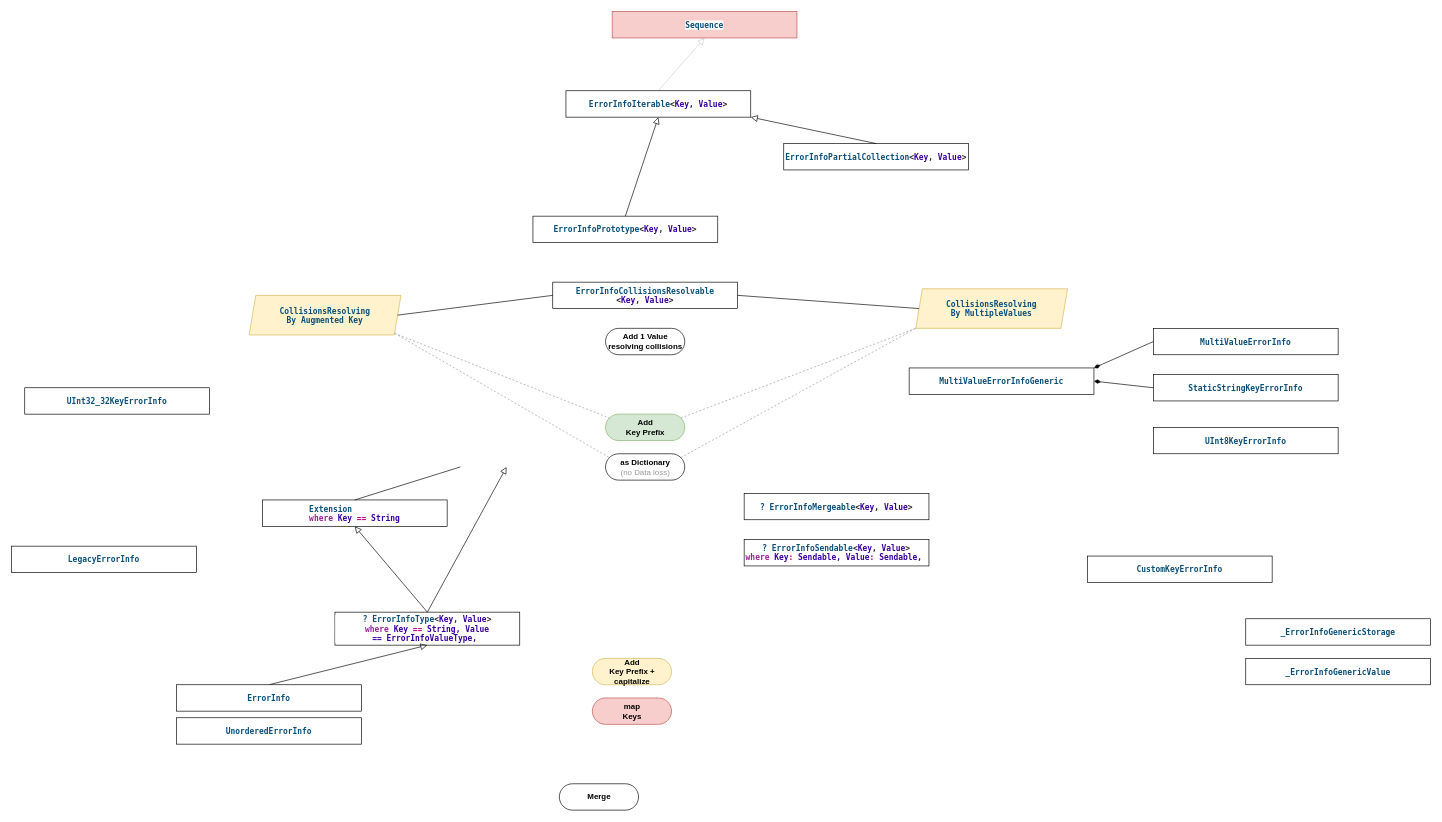
Earlier version of the draw.io diagram Sources/ErrorInfo/ErrorInfo.drawio (iDmitriyy/SwiftyKit). Source tidied: cells renumbered, new cells numbered last; positions are measured from the earlier drawing's top-left corner, leaving out a move shared by most shapes. Both pictures are drawn from the tidied source at 66%, with x=0, y=0 at pixel (11, 11).
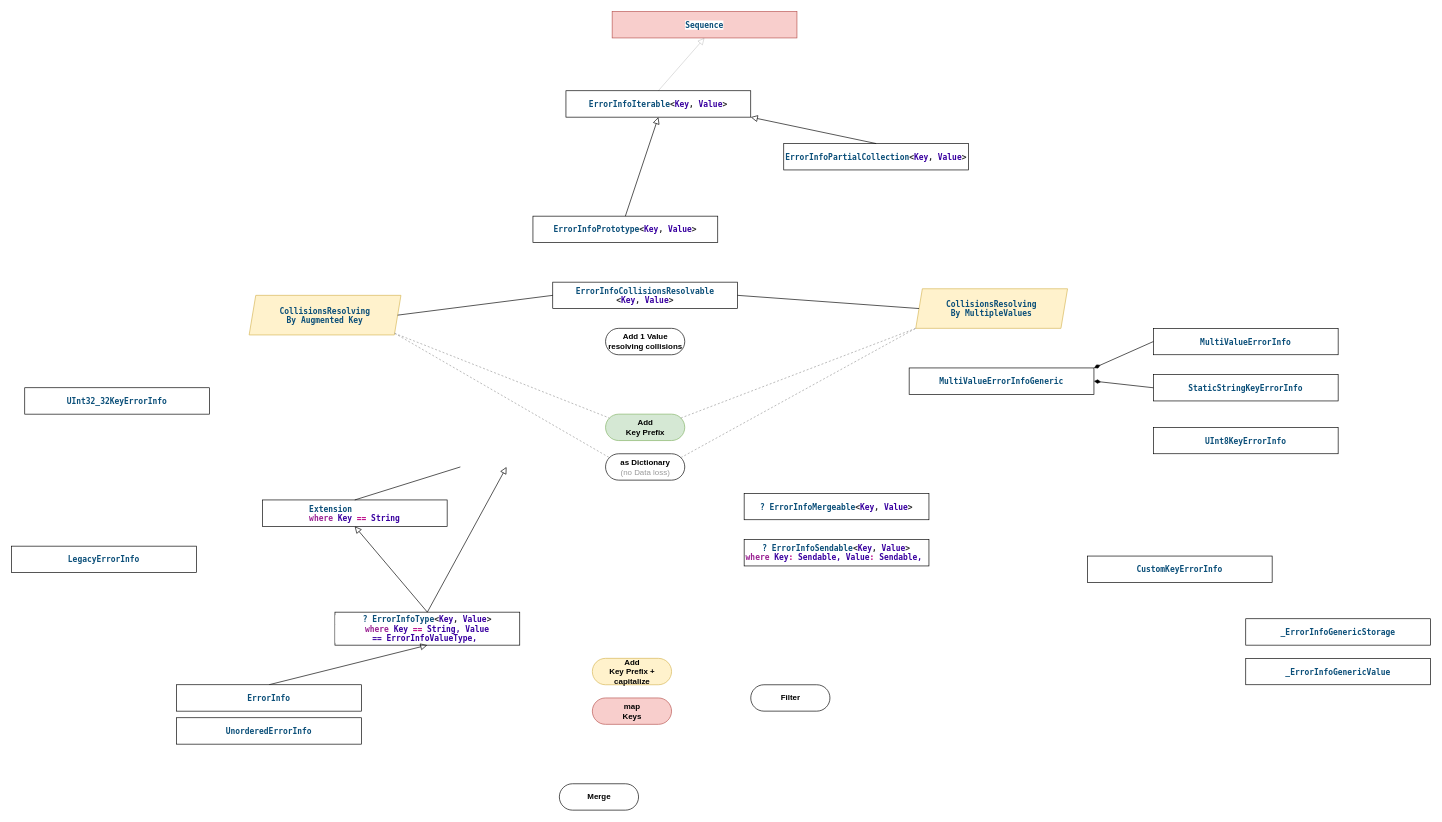
Above is the later version.

The edit, as a diff of the source:
```diff
@@
+    <mxCell id="45" value="&lt;b&gt;Filter&lt;/b&gt;" style="html=1;dashed=0;whitespace=wrap;shape=mxgraph.dfd.start;strokeWidth=1;fillColor=default;" parent="1" vertex="1">
+      <mxGeometry x="1120" y="1020" width="120" height="40" as="geometry" />
+    </mxCell>
```
